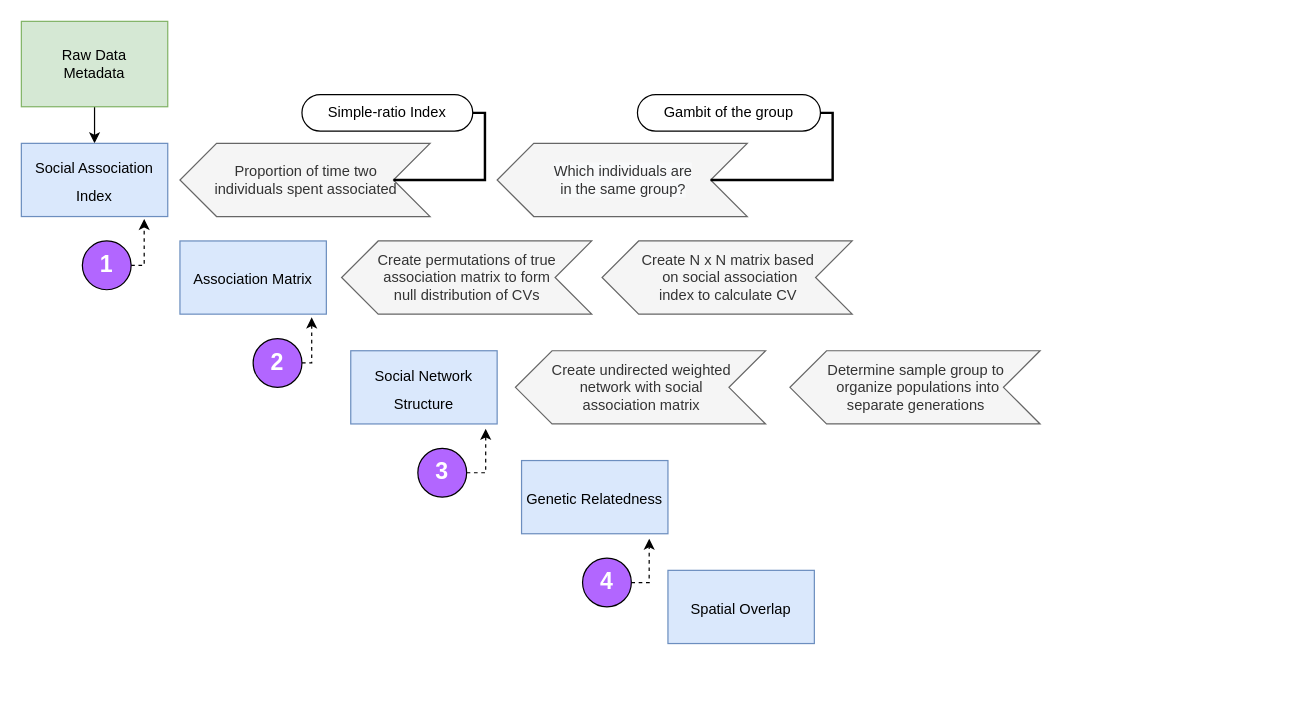
This is WorkFlowDiagram/WorkFlowDiagram.drawio from bankheak/Dolphins, a draw.io file, before an edit. Source tidied: cells renumbered, new cells numbered last; positions are measured from the earlier drawing's top-left corner, leaving out a move shared by most shapes. Both pictures are drawn from the tidied source at 122%, with x=0, y=0 at pixel (21, 21).
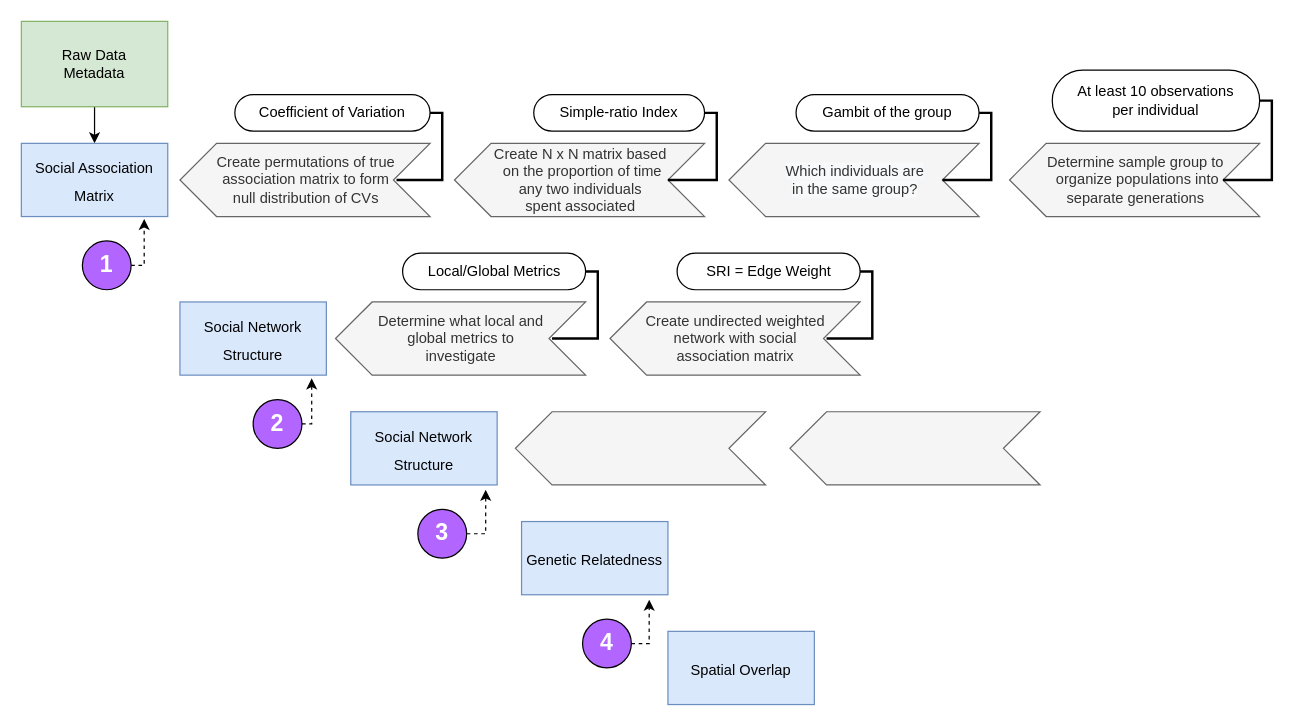
The same page after the edit.

Diff of the diagram source:
```diff
@@
     <mxCell id="11" value="&lt;font style=&quot;font-size: 19px;&quot; color=&quot;#ffffff&quot;&gt;2&lt;/font&gt;" style="ellipse;whiteSpace=wrap;html=1;strokeColor=#000000;fillColor=#B266FF;fontStyle=1;" parent="1" vertex="1">
-      <mxGeometry x="190" y="260" width="40" height="40" as="geometry" />
+      <mxGeometry x="190" y="310" width="40" height="40" as="geometry" />
     </mxCell>
@@
     <mxCell id="13" value="&lt;font style=&quot;font-size: 19px;&quot; color=&quot;#ffffff&quot;&gt;3&lt;/font&gt;" style="ellipse;whiteSpace=wrap;html=1;strokeColor=#000000;fillColor=#B266FF;fontStyle=1;" parent="1" vertex="1">
-      <mxGeometry x="325" y="350" width="40" height="40" as="geometry" />
+      <mxGeometry x="325" y="400" width="40" height="40" as="geometry" />
     </mxCell>
@@
     <mxCell id="15" value="&lt;font style=&quot;font-size: 19px;&quot; color=&quot;#ffffff&quot;&gt;4&lt;/font&gt;" style="ellipse;whiteSpace=wrap;html=1;strokeColor=#000000;fillColor=#B266FF;fontStyle=1;" parent="1" vertex="1">
-      <mxGeometry x="460" y="440" width="40" height="40" as="geometry" />
+      <mxGeometry x="460" y="490" width="40" height="40" as="geometry" />
     </mxCell>
-    <mxCell id="16" value="&lt;font style=&quot;font-size: 12px;&quot;&gt;Social Association Index&lt;/font&gt;" style="rounded=0;whiteSpace=wrap;html=1;strokeColor=#6c8ebf;fontSize=19;fillColor=#dae8fc;" parent="1" vertex="1">
+    <mxCell id="16" value="&lt;font style=&quot;font-size: 12px;&quot;&gt;Social Association Matrix&lt;/font&gt;" style="rounded=0;whiteSpace=wrap;html=1;strokeColor=#6c8ebf;fontSize=19;fillColor=#dae8fc;" parent="1" vertex="1">
       <mxGeometry y="100" width="120" height="60" as="geometry" />
     </mxCell>
-    <mxCell id="17" value="&lt;font style=&quot;font-size: 12px;&quot;&gt;Association Matrix&lt;/font&gt;" style="rounded=0;whiteSpace=wrap;html=1;strokeColor=#6c8ebf;fontSize=19;fillColor=#dae8fc;" parent="1" vertex="1">
-      <mxGeometry x="130" y="180" width="120" height="60" as="geometry" />
+    <mxCell id="17" value="&lt;font style=&quot;font-size: 12px;&quot;&gt;Social Network Structure&lt;/font&gt;" style="rounded=0;whiteSpace=wrap;html=1;strokeColor=#6c8ebf;fontSize=19;fillColor=#dae8fc;" parent="1" vertex="1">
+      <mxGeometry x="130" y="230" width="120" height="60" as="geometry" />
     </mxCell>
     <mxCell id="18" value="&lt;font style=&quot;font-size: 12px;&quot;&gt;Social Network Structure&lt;/font&gt;" style="rounded=0;whiteSpace=wrap;html=1;strokeColor=#6c8ebf;fontSize=19;fillColor=#dae8fc;" parent="1" vertex="1">
-      <mxGeometry x="270" y="270" width="120" height="60" as="geometry" />
+      <mxGeometry x="270" y="320" width="120" height="60" as="geometry" />
     </mxCell>
     <mxCell id="19" value="&lt;font style=&quot;font-size: 12px;&quot;&gt;Genetic Relatedness&lt;/font&gt;" style="rounded=0;whiteSpace=wrap;html=1;strokeColor=#6c8ebf;fontSize=19;fillColor=#dae8fc;" parent="1" vertex="1">
-      <mxGeometry x="410" y="360" width="120" height="60" as="geometry" />
+      <mxGeometry x="410" y="410" width="120" height="60" as="geometry" />
     </mxCell>
     <mxCell id="20" value="&lt;font style=&quot;font-size: 12px;&quot;&gt;Spatial Overlap&lt;/font&gt;" style="rounded=0;whiteSpace=wrap;html=1;strokeColor=#6c8ebf;fontSize=19;fillColor=#dae8fc;" parent="1" vertex="1">
-      <mxGeometry x="530" y="450" width="120" height="60" as="geometry" />
+      <mxGeometry x="530" y="500" width="120" height="60" as="geometry" />
     </mxCell>
     <mxCell id="21" value="&lt;span style=&quot;color: rgb(51, 51, 51); background-color: rgb(248, 249, 250);&quot;&gt;Which individuals are&lt;br&gt;in the same group?&lt;/span&gt;" style="html=1;shadow=0;dashed=0;align=center;verticalAlign=middle;shape=mxgraph.arrows2.arrow;dy=0;dx=30;notch=30;rotation=0;direction=west;fillColor=#f5f5f5;strokeColor=#666666;fontColor=#333333;" parent="1" vertex="1">
-      <mxGeometry x="390" y="100" width="205" height="60" as="geometry" />
+      <mxGeometry x="580" y="100" width="205" height="60" as="geometry" />
     </mxCell>
-    <mxCell id="22" value="&lt;font color=&quot;#333333&quot;&gt;Proportion of time two &lt;br&gt;individuals spent associated&lt;/font&gt;" style="html=1;shadow=0;dashed=0;align=center;verticalAlign=middle;shape=mxgraph.arrows2.arrow;dy=0;dx=30;notch=30;rotation=0;direction=west;fillColor=#f5f5f5;fontColor=#333333;strokeColor=#666666;" parent="1" vertex="1">
-      <mxGeometry x="130" y="100" width="205" height="60" as="geometry" />
+    <mxCell id="22" value="Create N x N matrix based&lt;br style=&quot;border-color: var(--border-color);&quot;&gt;&amp;nbsp;on the p&lt;font color=&quot;#333333&quot;&gt;roportion of time &lt;br&gt;any two individuals &lt;br&gt;spent associated&lt;/font&gt;" style="html=1;shadow=0;dashed=0;align=center;verticalAlign=middle;shape=mxgraph.arrows2.arrow;dy=0;dx=30;notch=30;rotation=0;direction=west;fillColor=#f5f5f5;fontColor=#333333;strokeColor=#666666;" parent="1" vertex="1">
+      <mxGeometry x="355" y="100" width="205" height="60" as="geometry" />
     </mxCell>
     <mxCell id="23" value="Simple-ratio Index" style="whiteSpace=wrap;html=1;rounded=1;arcSize=50;align=center;verticalAlign=middle;strokeWidth=1;spacing=4;newEdgeStyle={&quot;edgeStyle&quot;:&quot;entityRelationEdgeStyle&quot;,&quot;startArrow&quot;:&quot;none&quot;,&quot;endArrow&quot;:&quot;none&quot;,&quot;segment&quot;:10,&quot;curved&quot;:1};" parent="1" vertex="1">
-      <mxGeometry x="230" y="60" width="140" height="30" as="geometry" />
+      <mxGeometry x="420" y="60" width="140" height="30" as="geometry" />
     </mxCell>
@@
     <mxCell id="25" value="Gambit of the group" style="whiteSpace=wrap;html=1;rounded=1;arcSize=50;align=center;verticalAlign=middle;strokeWidth=1;spacing=4;newEdgeStyle={&quot;edgeStyle&quot;:&quot;entityRelationEdgeStyle&quot;,&quot;startArrow&quot;:&quot;none&quot;,&quot;endArrow&quot;:&quot;none&quot;,&quot;segment&quot;:10,&quot;curved&quot;:1};" parent="1" vertex="1">
-      <mxGeometry x="505" y="60" width="150" height="30" as="geometry" />
+      <mxGeometry x="635" y="60" width="150" height="30" as="geometry" />
     </mxCell>
@@
-    <mxCell id="27" value="Create N x N matrix based&lt;br&gt;&amp;nbsp;on social association &lt;br&gt;index to calculate CV" style="html=1;shadow=0;dashed=0;align=center;verticalAlign=middle;shape=mxgraph.arrows2.arrow;dy=0;dx=30;notch=30;rotation=0;direction=west;fillColor=#f5f5f5;fontColor=#333333;strokeColor=#666666;" parent="1" vertex="1">
-      <mxGeometry x="476" y="180" width="205" height="60" as="geometry" />
+    <mxCell id="27" value="Determine sample group to&lt;br style=&quot;border-color: var(--border-color);&quot;&gt;&amp;nbsp;organize populations into&lt;br style=&quot;border-color: var(--border-color);&quot;&gt;separate generations" style="html=1;shadow=0;dashed=0;align=center;verticalAlign=middle;shape=mxgraph.arrows2.arrow;dy=0;dx=30;notch=30;rotation=0;direction=west;fillColor=#f5f5f5;fontColor=#333333;strokeColor=#666666;" parent="1" vertex="1">
+      <mxGeometry x="810" y="100" width="205" height="60" as="geometry" />
     </mxCell>
     <mxCell id="28" value="Create permutations of true &lt;br&gt;association matrix to form&lt;br&gt;null distribution of CVs" style="html=1;shadow=0;dashed=0;align=center;verticalAlign=middle;shape=mxgraph.arrows2.arrow;dy=0;dx=30;notch=30;rotation=0;direction=west;fillColor=#f5f5f5;fontColor=#333333;strokeColor=#666666;" parent="1" vertex="1">
-      <mxGeometry x="262.5" y="180" width="205" height="60" as="geometry" />
+      <mxGeometry x="130" y="100" width="205" height="60" as="geometry" />
     </mxCell>
-    <mxCell id="29" value="Create undirected weighted&lt;br&gt;network with social&lt;br&gt;association&amp;nbsp;matrix" style="html=1;shadow=0;dashed=0;align=center;verticalAlign=middle;shape=mxgraph.arrows2.arrow;dy=0;dx=30;notch=30;rotation=0;direction=west;fillColor=#f5f5f5;fontColor=#333333;strokeColor=#666666;" parent="1" vertex="1">
-      <mxGeometry x="405" y="270" width="205" height="60" as="geometry" />
+    <mxCell id="29" style="html=1;shadow=0;dashed=0;align=center;verticalAlign=middle;shape=mxgraph.arrows2.arrow;dy=0;dx=30;notch=30;rotation=0;direction=west;fillColor=#f5f5f5;fontColor=#333333;strokeColor=#666666;" parent="1" vertex="1">
+      <mxGeometry x="405" y="320" width="205" height="60" as="geometry" />
     </mxCell>
-    <mxCell id="30" value="Determine sample group to&lt;br&gt;&amp;nbsp;organize populations into&lt;br&gt;separate generations" style="html=1;shadow=0;dashed=0;align=center;verticalAlign=middle;shape=mxgraph.arrows2.arrow;dy=0;dx=30;notch=30;rotation=0;direction=west;fillColor=#f5f5f5;fontColor=#333333;strokeColor=#666666;" parent="1" vertex="1">
-      <mxGeometry x="630" y="270" width="205" height="60" as="geometry" />
+    <mxCell id="30" style="html=1;shadow=0;dashed=0;align=center;verticalAlign=middle;shape=mxgraph.arrows2.arrow;dy=0;dx=30;notch=30;rotation=0;direction=west;fillColor=#f5f5f5;fontColor=#333333;strokeColor=#666666;" parent="1" vertex="1">
+      <mxGeometry x="630" y="320" width="205" height="60" as="geometry" />
     </mxCell>
+    <mxCell id="31" value="Coefficient of Variation" style="whiteSpace=wrap;html=1;rounded=1;arcSize=50;align=center;verticalAlign=middle;strokeWidth=1;spacing=4;newEdgeStyle={&quot;edgeStyle&quot;:&quot;entityRelationEdgeStyle&quot;,&quot;startArrow&quot;:&quot;none&quot;,&quot;endArrow&quot;:&quot;none&quot;,&quot;segment&quot;:10,&quot;curved&quot;:1};" parent="1" vertex="1">
+      <mxGeometry x="175" y="60" width="160" height="30" as="geometry" />
+    </mxCell>
+    <mxCell id="32" style="edgeStyle=entityRelationEdgeStyle;startArrow=none;endArrow=none;segment=10;curved=1;rounded=0;shape=link;width=-1;exitX=0;exitY=0.5;exitDx=30;exitDy=0;exitPerimeter=0;" parent="1" edge="1" target="31">
+      <mxGeometry relative="1" as="geometry">
+        <mxPoint x="307.5" y="130" as="sourcePoint" />
+      </mxGeometry>
+    </mxCell>
+    <mxCell id="33" value="At least 10 observations&lt;br&gt;per individual" style="whiteSpace=wrap;html=1;rounded=1;arcSize=50;align=center;verticalAlign=middle;strokeWidth=1;spacing=4;newEdgeStyle={&quot;edgeStyle&quot;:&quot;entityRelationEdgeStyle&quot;,&quot;startArrow&quot;:&quot;none&quot;,&quot;endArrow&quot;:&quot;none&quot;,&quot;segment&quot;:10,&quot;curved&quot;:1};" parent="1" vertex="1">
+      <mxGeometry x="845" y="40" width="170" height="50" as="geometry" />
+    </mxCell>
+    <mxCell id="34" style="edgeStyle=entityRelationEdgeStyle;startArrow=none;endArrow=none;segment=10;curved=1;rounded=0;shape=link;width=-1;exitX=0;exitY=0.5;exitDx=30;exitDy=0;exitPerimeter=0;" parent="1" edge="1" target="33">
+      <mxGeometry relative="1" as="geometry">
+        <mxPoint x="985" y="130" as="sourcePoint" />
+      </mxGeometry>
+    </mxCell>
+    <mxCell id="35" value="Determine what local and &lt;br&gt;global metrics to&lt;br&gt;investigate" style="html=1;shadow=0;dashed=0;align=center;verticalAlign=middle;shape=mxgraph.arrows2.arrow;dy=0;dx=30;notch=30;rotation=0;direction=west;fillColor=#f5f5f5;fontColor=#333333;strokeColor=#666666;" parent="1" vertex="1">
+      <mxGeometry x="257.5" y="230" width="205" height="60" as="geometry" />
+    </mxCell>
+    <mxCell id="36" value="Local/Global Metrics" style="whiteSpace=wrap;html=1;rounded=1;arcSize=50;align=center;verticalAlign=middle;strokeWidth=1;spacing=4;newEdgeStyle={&quot;edgeStyle&quot;:&quot;entityRelationEdgeStyle&quot;,&quot;startArrow&quot;:&quot;none&quot;,&quot;endArrow&quot;:&quot;none&quot;,&quot;segment&quot;:10,&quot;curved&quot;:1};" parent="1" vertex="1">
+      <mxGeometry x="312.5" y="190" width="150" height="30" as="geometry" />
+    </mxCell>
+    <mxCell id="37" style="edgeStyle=entityRelationEdgeStyle;startArrow=none;endArrow=none;segment=10;curved=1;rounded=0;shape=link;width=-1;exitX=0;exitY=0.5;exitDx=30;exitDy=0;exitPerimeter=0;" parent="1" edge="1" target="36">
+      <mxGeometry relative="1" as="geometry">
+        <mxPoint x="435" y="260" as="sourcePoint" />
+      </mxGeometry>
+    </mxCell>
+    <mxCell id="38" value="Create undirected weighted&lt;br style=&quot;border-color: var(--border-color);&quot;&gt;network with social&lt;br style=&quot;border-color: var(--border-color);&quot;&gt;association&amp;nbsp;matrix" style="html=1;shadow=0;dashed=0;align=center;verticalAlign=middle;shape=mxgraph.arrows2.arrow;dy=0;dx=30;notch=30;rotation=0;direction=west;fillColor=#f5f5f5;fontColor=#333333;strokeColor=#666666;" parent="1" vertex="1">
+      <mxGeometry x="482.5" y="230" width="205" height="60" as="geometry" />
+    </mxCell>
+    <mxCell id="39" value="SRI = Edge Weight" style="whiteSpace=wrap;html=1;rounded=1;arcSize=50;align=center;verticalAlign=middle;strokeWidth=1;spacing=4;newEdgeStyle={&quot;edgeStyle&quot;:&quot;entityRelationEdgeStyle&quot;,&quot;startArrow&quot;:&quot;none&quot;,&quot;endArrow&quot;:&quot;none&quot;,&quot;segment&quot;:10,&quot;curved&quot;:1};" parent="1" vertex="1">
+      <mxGeometry x="537.5" y="190" width="150" height="30" as="geometry" />
+    </mxCell>
+    <mxCell id="40" style="edgeStyle=entityRelationEdgeStyle;startArrow=none;endArrow=none;segment=10;curved=1;rounded=0;shape=link;width=-1;exitX=0;exitY=0.5;exitDx=30;exitDy=0;exitPerimeter=0;" parent="1" edge="1" target="39">
+      <mxGeometry relative="1" as="geometry">
+        <mxPoint x="660" y="260" as="sourcePoint" />
+      </mxGeometry>
+    </mxCell>
```
